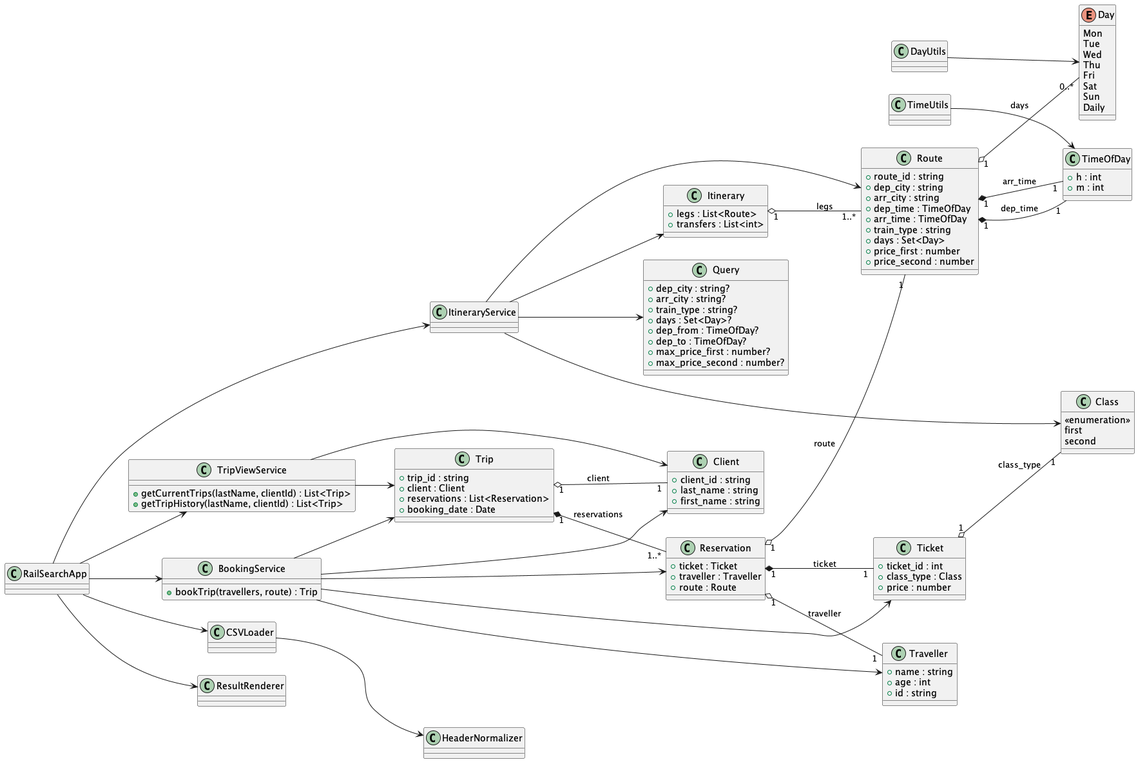
Above: docs/Artifacts/DomainModel.png in nicolas-zampieri/SOEN342 (PlantUML), before the change.
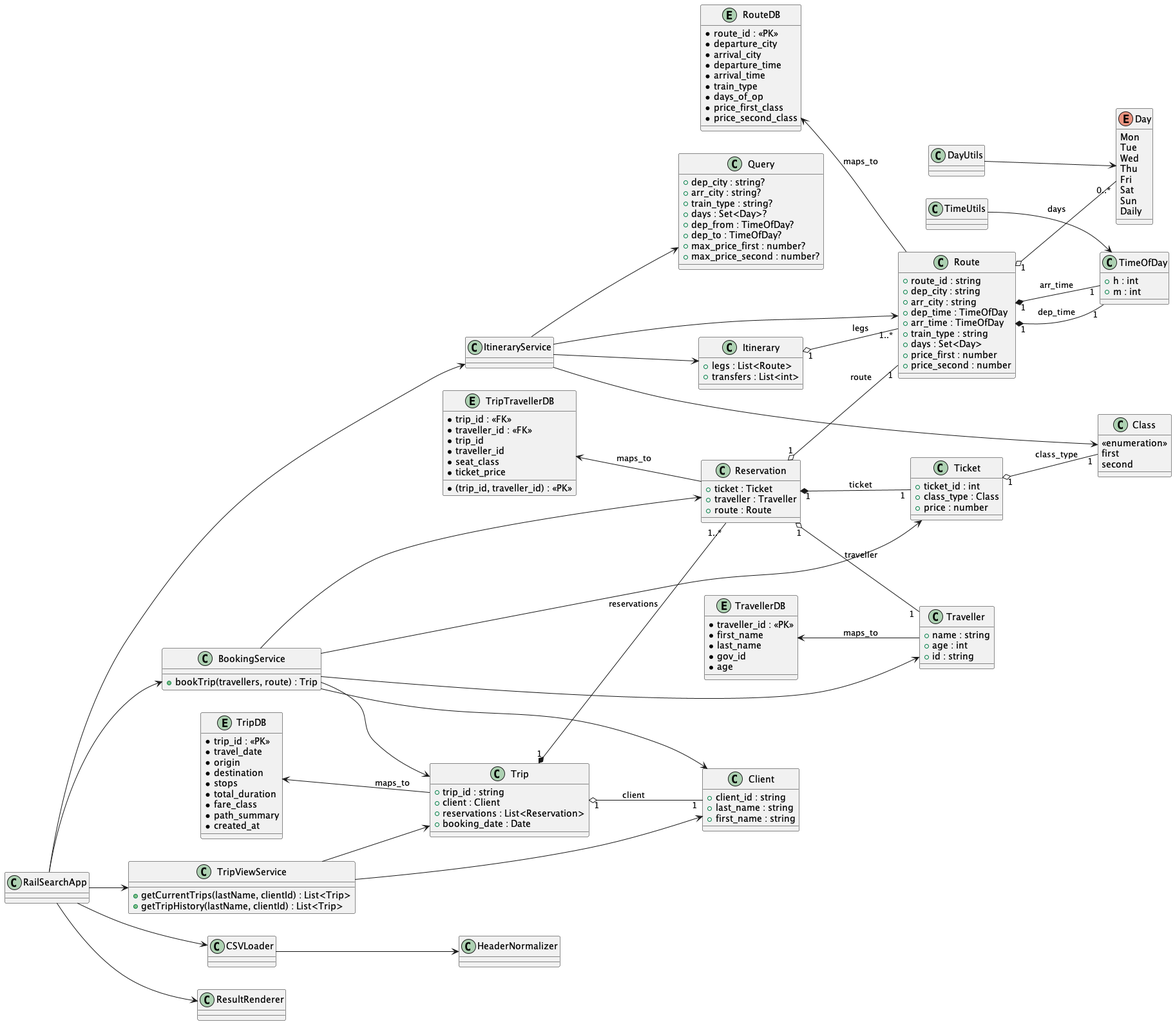
The same diagram one commit later.

Commit message:
Addition of booktrip sequence and domain model

The edit, as a diff of the source:
```diff
@@ -16,6 +16,48 @@
   <<enumeration>>
   first
   second
+}
+
+entity "RouteDB" as RouteDB {
+  *route_id : <<PK>>
+  *departure_city
+  *arrival_city
+  *departure_time
+  *arrival_time
+  *train_type
+  *days_of_op
+  *price_first_class
+  *price_second_class
+}
+
+entity "TravellerDB" as ClientDB {
+  *traveller_id : <<PK>>
+  *first_name
+  *last_name
+  *gov_id
+  *age
+}
+
+entity "TripDB" as TripDB {
+  *trip_id : <<PK>>
+  *travel_date
+  *origin
+  *destination
+  *stops
+  *total_duration
+  *fare_class
+  *path_summary
+  *created_at
+}
+
+entity "TripTravellerDB" as TravelDB {
+  *(trip_id, traveller_id) : <<PK>>
+  *trip_id : <<FK>>
+  *traveller_id : <<FK>>
+  *trip_id
+  *traveller_id
+  *seat_class
+  *ticket_price
 }
 
 class TimeOfDay {
@@ -104,6 +146,7 @@
 Route "1" *-- "1" TimeOfDay : arr_time
 Route "1" o-- "0..*" Day : days
 
+
 Trip "1" *-- "1..*" Reservation : reservations
 Trip "1" o-- "1" Client : client
 Reservation "1" *-- "1" Ticket : ticket
@@ -130,4 +173,10 @@
 TripViewService --> Client
 DayUtils --> Day
 TimeUtils --> TimeOfDay
+
+RouteDB <-- Route : maps_to
+ClientDB <-- Traveller : maps_to
+TripDB <-- Trip : maps_to
+TravelDB <-- Reservation : maps_to
+
 @enduml
```
